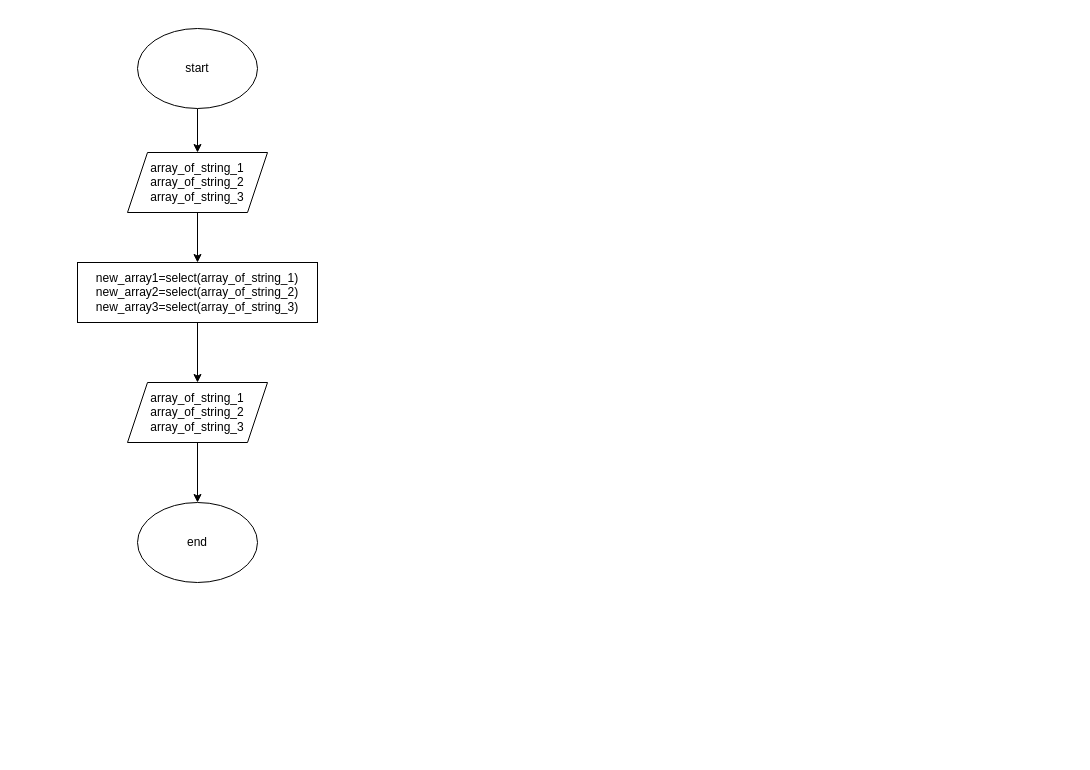
Before: scheme.drawio in Cimibio/final_project_of_specialization_choice, a draw.io diagram. Source tidied: cells renumbered, new cells numbered last; positions are measured from the earlier drawing's top-left corner, leaving out a move shared by most shapes. Both pictures are drawn from the tidied source at 100%, with x=0, y=0 at pixel (77, 28).
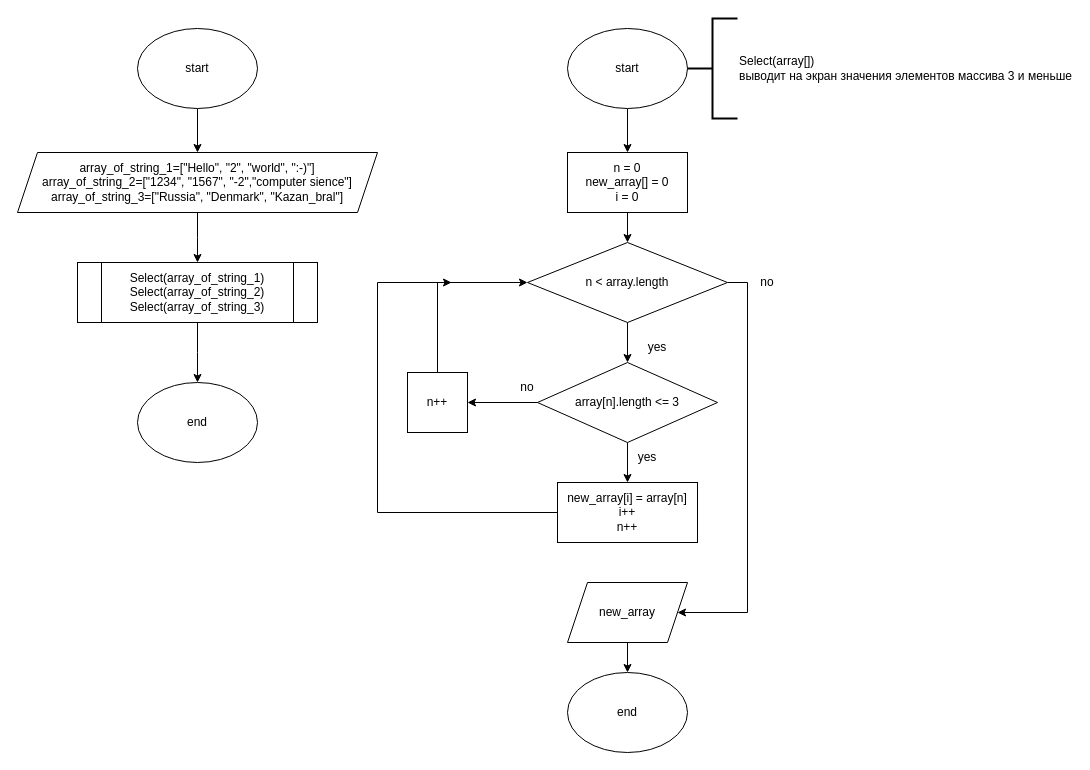
After the change.

Commit message:
block scheme completed

Diff of the diagram source:
```diff
@@
-    <mxCell id="4" style="edgeStyle=orthogonalEdgeStyle;rounded=0;jettySize=auto;html=1;" parent="1" edge="1" source="5" target="8">
-      <mxGeometry relative="1" as="geometry" />
+    <mxCell id="4" style="edgeStyle=orthogonalEdgeStyle;rounded=0;jettySize=auto;html=1;" parent="1" edge="1" source="5">
+      <mxGeometry relative="1" as="geometry">
+        <mxPoint x="120" y="234" as="targetPoint" />
+      </mxGeometry>
     </mxCell>
-    <mxCell id="5" value="array_of_string_1&lt;br&gt;array_of_string_2&lt;br&gt;array_of_string_3" style="shape=parallelogram;perimeter=parallelogramPerimeter;whiteSpace=wrap;html=1;fixedSize=1;" parent="1" vertex="1">
-      <mxGeometry x="50" y="124" width="140" height="60" as="geometry" />
+    <mxCell id="5" value="array_of_string_1=[&quot;Hello&quot;, &quot;2&quot;, &quot;world&quot;, &quot;:-)&quot;]&lt;br&gt;array_of_string_2=[&quot;1234&quot;, &quot;1567&quot;, &quot;-2&quot;,&quot;computer sience&quot;]&lt;br&gt;array_of_string_3=[&quot;Russia&quot;, &quot;Denmark&quot;, &quot;Kazan_bral&quot;]" style="shape=parallelogram;perimeter=parallelogramPerimeter;whiteSpace=wrap;html=1;fixedSize=1;" parent="1" vertex="1">
+      <mxGeometry x="-60" y="124" width="360" height="60" as="geometry" />
     </mxCell>
     <mxCell id="6" value="end" style="ellipse;whiteSpace=wrap;html=1;" parent="1" vertex="1">
-      <mxGeometry x="60" y="474" width="120" height="80" as="geometry" />
+      <mxGeometry x="60" y="354" width="120" height="80" as="geometry" />
     </mxCell>
-    <mxCell id="7" style="edgeStyle=orthogonalEdgeStyle;rounded=0;jettySize=auto;html=1;" parent="1" edge="1" source="8" target="10">
-      <mxGeometry relative="1" as="geometry" />
-    </mxCell>
-    <mxCell id="8" value="new_array1=select(array_of_string_1)&lt;br&gt;new_array2=select(array_of_string_2)&lt;br&gt;new_array3=select(array_of_string_3)" style="rounded=0;whiteSpace=wrap;html=1;" parent="1" vertex="1">
-      <mxGeometry y="234" width="240" height="60" as="geometry" />
-    </mxCell>
-    <mxCell id="9" style="edgeStyle=orthogonalEdgeStyle;rounded=0;jettySize=auto;html=1;" parent="1" edge="1" source="10" target="6">
-      <mxGeometry relative="1" as="geometry" />
-    </mxCell>
-    <mxCell id="10" value="array_of_string_1&lt;br&gt;array_of_string_2&lt;br&gt;array_of_string_3" style="shape=parallelogram;perimeter=parallelogramPerimeter;whiteSpace=wrap;html=1;fixedSize=1;" parent="1" vertex="1">
-      <mxGeometry x="50" y="354" width="140" height="60" as="geometry" />
-    </mxCell>
+    <mxCell id="11" style="edgeStyle=orthogonalEdgeStyle;rounded=0;jettySize=auto;html=1;" parent="1" edge="1" source="12">
+      <mxGeometry relative="1" as="geometry">
+        <mxPoint x="120" y="354" as="targetPoint" />
+      </mxGeometry>
+    </mxCell>
+    <mxCell id="12" value="Select(array_of_string_1)&lt;br&gt;Select(array_of_string_2)&lt;br&gt;Select(array_of_string_3)" style="shape=process;whiteSpace=wrap;html=1;backgroundOutline=1;" parent="1" vertex="1">
+      <mxGeometry y="234" width="240" height="60" as="geometry" />
+    </mxCell>
+    <mxCell id="13" style="edgeStyle=orthogonalEdgeStyle;rounded=0;jettySize=auto;html=1;" parent="1" edge="1" source="14" target="20">
+      <mxGeometry relative="1" as="geometry" />
+    </mxCell>
+    <mxCell id="14" value="start" style="ellipse;whiteSpace=wrap;html=1;" parent="1" vertex="1">
+      <mxGeometry x="490" width="120" height="80" as="geometry" />
+    </mxCell>
+    <mxCell id="15" value="Select(array[])&lt;br&gt;выводит на экран значения элементов массива 3 и меньше" style="strokeWidth=2;html=1;shape=mxgraph.flowchart.annotation_2;align=left;labelPosition=right;" parent="1" vertex="1">
+      <mxGeometry x="610" y="-10" width="50" height="100" as="geometry" />
+    </mxCell>
+    <mxCell id="16" style="edgeStyle=orthogonalEdgeStyle;rounded=0;jettySize=auto;html=1;entryX=0.5;entryY=0;entryDx=0;entryDy=0;exitX=0.5;exitY=1;exitDx=0;exitDy=0;" parent="1" edge="1" source="18" target="23">
+      <mxGeometry relative="1" as="geometry" />
+    </mxCell>
+    <mxCell id="17" style="edgeStyle=orthogonalEdgeStyle;rounded=0;jettySize=auto;html=1;entryX=1;entryY=0.5;entryDx=0;entryDy=0;exitX=1;exitY=0.5;exitDx=0;exitDy=0;" parent="1" edge="1" source="18" target="28">
+      <mxGeometry relative="1" as="geometry">
+        <Array as="points">
+          <mxPoint x="670" y="254" />
+          <mxPoint x="670" y="584" />
+        </Array>
+      </mxGeometry>
+    </mxCell>
+    <mxCell id="18" value="n &amp;lt; array.length" style="rhombus;whiteSpace=wrap;html=1;" parent="1" vertex="1">
+      <mxGeometry x="450" y="214" width="200" height="80" as="geometry" />
+    </mxCell>
+    <mxCell id="19" style="edgeStyle=orthogonalEdgeStyle;rounded=0;jettySize=auto;html=1;" parent="1" edge="1" source="20" target="18">
+      <mxGeometry relative="1" as="geometry" />
+    </mxCell>
+    <mxCell id="20" value="n = 0&lt;br&gt;new_array[] = 0&lt;br&gt;i = 0" style="whiteSpace=wrap;html=1;" parent="1" vertex="1">
+      <mxGeometry x="490" y="124" width="120" height="60" as="geometry" />
+    </mxCell>
+    <mxCell id="21" style="edgeStyle=orthogonalEdgeStyle;rounded=0;jettySize=auto;html=1;" parent="1" edge="1" source="23" target="26">
+      <mxGeometry relative="1" as="geometry" />
+    </mxCell>
+    <mxCell id="22" style="edgeStyle=orthogonalEdgeStyle;rounded=0;jettySize=auto;html=1;" parent="1" edge="1" source="23" target="31">
+      <mxGeometry relative="1" as="geometry" />
+    </mxCell>
+    <mxCell id="23" value="array[n].length &amp;lt;= 3" style="rhombus;whiteSpace=wrap;html=1;" parent="1" vertex="1">
+      <mxGeometry x="460" y="334" width="180" height="80" as="geometry" />
+    </mxCell>
+    <mxCell id="24" value="yes" style="text;html=1;strokeColor=none;fillColor=none;align=center;verticalAlign=middle;whiteSpace=wrap;rounded=0;" parent="1" vertex="1">
+      <mxGeometry x="550" y="304" width="60" height="30" as="geometry" />
+    </mxCell>
+    <mxCell id="25" style="edgeStyle=orthogonalEdgeStyle;rounded=0;jettySize=auto;html=1;entryX=0;entryY=0.5;entryDx=0;entryDy=0;" parent="1" edge="1" source="26" target="18">
+      <mxGeometry relative="1" as="geometry">
+        <Array as="points">
+          <mxPoint x="300" y="484" />
+          <mxPoint x="300" y="254" />
+        </Array>
+      </mxGeometry>
+    </mxCell>
+    <mxCell id="26" value="new_array[i] = array[n]&lt;br&gt;i++&lt;br&gt;n++" style="rounded=0;whiteSpace=wrap;html=1;" parent="1" vertex="1">
+      <mxGeometry x="480" y="454" width="140" height="60" as="geometry" />
+    </mxCell>
+    <mxCell id="27" style="edgeStyle=orthogonalEdgeStyle;rounded=0;jettySize=auto;html=1;" parent="1" edge="1" source="28" target="29">
+      <mxGeometry relative="1" as="geometry" />
+    </mxCell>
+    <mxCell id="28" value="new_array" style="shape=parallelogram;perimeter=parallelogramPerimeter;whiteSpace=wrap;html=1;fixedSize=1;" parent="1" vertex="1">
+      <mxGeometry x="490" y="554" width="120" height="60" as="geometry" />
+    </mxCell>
+    <mxCell id="29" value="end" style="ellipse;whiteSpace=wrap;html=1;" parent="1" vertex="1">
+      <mxGeometry x="490" y="644" width="120" height="80" as="geometry" />
+    </mxCell>
+    <mxCell id="30" style="edgeStyle=orthogonalEdgeStyle;rounded=0;jettySize=auto;html=1;" parent="1" edge="1" source="31">
+      <mxGeometry relative="1" as="geometry">
+        <mxPoint x="374" y="254" as="targetPoint" />
+        <Array as="points">
+          <mxPoint x="360" y="254" />
+        </Array>
+      </mxGeometry>
+    </mxCell>
+    <mxCell id="31" value="n++" style="rounded=0;whiteSpace=wrap;html=1;" parent="1" vertex="1">
+      <mxGeometry x="330" y="344" width="60" height="60" as="geometry" />
+    </mxCell>
+    <mxCell id="32" value="yes" style="text;html=1;strokeColor=none;fillColor=none;align=center;verticalAlign=middle;whiteSpace=wrap;rounded=0;" parent="1" vertex="1">
+      <mxGeometry x="540" y="414" width="60" height="30" as="geometry" />
+    </mxCell>
+    <mxCell id="33" value="no&lt;br&gt;" style="text;html=1;strokeColor=none;fillColor=none;align=center;verticalAlign=middle;whiteSpace=wrap;rounded=0;" parent="1" vertex="1">
+      <mxGeometry x="420" y="344" width="60" height="30" as="geometry" />
+    </mxCell>
+    <mxCell id="34" value="no&lt;br&gt;" style="text;html=1;strokeColor=none;fillColor=none;align=center;verticalAlign=middle;whiteSpace=wrap;rounded=0;" parent="1" vertex="1">
+      <mxGeometry x="660" y="239" width="60" height="30" as="geometry" />
+    </mxCell>
```
